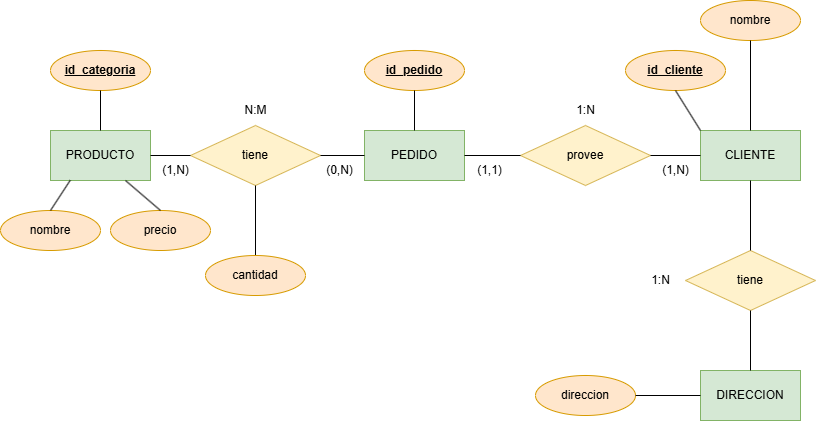
Before: Unidad 4/Images/Normalizacion2.drawio.png, a diagram exported from draw.io (Jaironso/BBDD). Source tidied: cells renumbered, new cells last; positions are measured from the earlier drawing's top-left corner, leaving out a move shared by most shapes.
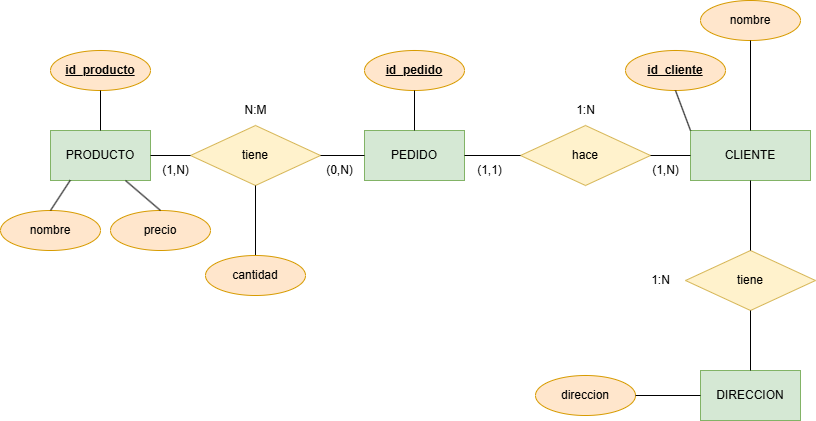
After the commit.

What changed in the source:
```diff
@@ -6,7 +6,7 @@
       <mxGeometry x="364" y="130" width="100" height="50" as="geometry" />
     </mxCell>
     <mxCell id="3" value="CLIENTE" style="html=1;dashed=0;whiteSpace=wrap;fillColor=#d5e8d4;strokeColor=#82b366;" parent="1" vertex="1">
-      <mxGeometry x="700" y="130" width="100" height="50" as="geometry" />
+      <mxGeometry x="690" y="130" width="120" height="50" as="geometry" />
     </mxCell>
     <mxCell id="4" value="PRODUCTO" style="html=1;dashed=0;whiteSpace=wrap;fillColor=#d5e8d4;strokeColor=#82b366;" parent="1" vertex="1">
       <mxGeometry x="50" y="130" width="100" height="50" as="geometry" />
@@ -14,7 +14,7 @@
     <mxCell id="5" value="tiene" style="shape=rhombus;html=1;dashed=0;whiteSpace=wrap;perimeter=rhombusPerimeter;fillColor=#fff2cc;strokeColor=#d6b656;" parent="1" vertex="1">
       <mxGeometry x="190" y="125" width="130" height="60" as="geometry" />
     </mxCell>
-    <mxCell id="6" value="provee" style="shape=rhombus;html=1;dashed=0;whiteSpace=wrap;perimeter=rhombusPerimeter;fillColor=#fff2cc;strokeColor=#d6b656;" parent="1" vertex="1">
+    <mxCell id="6" value="hace" style="shape=rhombus;html=1;dashed=0;whiteSpace=wrap;perimeter=rhombusPerimeter;fillColor=#fff2cc;strokeColor=#d6b656;" parent="1" vertex="1">
       <mxGeometry x="520" y="125" width="130" height="60" as="geometry" />
     </mxCell>
     <mxCell id="7" style="endArrow=none;html=1;rounded=0;exitX=1;exitY=0.5;exitDx=0;exitDy=0;entryX=0;entryY=0.5;entryDx=0;entryDy=0;" parent="1" edge="1" source="4" target="5">
@@ -33,7 +33,7 @@
       <mxGeometry relative="1" as="geometry" />
     </mxCell>
     <mxCell id="12" value="(1,N)" style="text;html=1;align=center;verticalAlign=middle;strokeColor=none;fillColor=none;" parent="1" vertex="1">
-      <mxGeometry x="650" y="155" width="50" height="30" as="geometry" />
+      <mxGeometry x="640" y="155" width="50" height="30" as="geometry" />
     </mxCell>
     <mxCell id="13" value="1:N" style="text;html=1;align=center;verticalAlign=middle;strokeColor=none;fillColor=none;" parent="1" vertex="1">
       <mxGeometry x="565" y="95" width="40" height="30" as="geometry" />
@@ -44,7 +44,7 @@
     <mxCell id="15" value="&lt;u&gt;&lt;b&gt;id_cliente&lt;/b&gt;&lt;/u&gt;" style="ellipse;whiteSpace=wrap;html=1;align=center;fillColor=#ffe6cc;strokeColor=#d79b00;" parent="1" vertex="1">
       <mxGeometry x="625" y="50" width="100" height="40" as="geometry" />
     </mxCell>
-    <mxCell id="16" value="&lt;u&gt;&lt;b&gt;id_categoria&lt;/b&gt;&lt;/u&gt;" style="ellipse;whiteSpace=wrap;html=1;align=center;fillColor=#ffe6cc;strokeColor=#d79b00;" parent="1" vertex="1">
+    <mxCell id="16" value="&lt;b&gt;&lt;u&gt;id_producto&lt;/u&gt;&lt;/b&gt;" style="ellipse;whiteSpace=wrap;html=1;align=center;fillColor=#ffe6cc;strokeColor=#d79b00;" parent="1" vertex="1">
       <mxGeometry x="50" y="50" width="100" height="40" as="geometry" />
     </mxCell>
     <mxCell id="17" value="nom&lt;span style=&quot;color: rgba(0, 0, 0, 0); font-family: monospace; font-size: 0px; text-align: start; text-wrap-mode: nowrap;&quot;&gt;%3CmxGraphModel%3E%3Croot%3E%3CmxCell%20id%3D%220%22%2F%3E%3CmxCell%20id%3D%221%22%20parent%3D%220%22%2F%3E%3CmxCell%20id%3D%222%22%20value%3D%22precio%22%20style%3D%22ellipse%3BwhiteSpace%3Dwrap%3Bhtml%3D1%3Balign%3Dcenter%3BfillColor%3D%23ffe6cc%3BstrokeColor%3D%23d79b00%3B%22%20vertex%3D%221%22%20parent%3D%221%22%3E%3CmxGeometry%20x%3D%22300%22%20y%3D%22650%22%20width%3D%22100%22%20height%3D%2240%22%20as%3D%22geometry%22%2F%3E%3C%2FmxCell%3E%3C%2Froot%3E%3C%2FmxGraphModel%3E&lt;/span&gt;&lt;span style=&quot;color: rgba(0, 0, 0, 0); font-family: monospace; font-size: 0px; text-align: start; text-wrap-mode: nowrap;&quot;&gt;%3CmxGraphModel%3E%3Croot%3E%3CmxCell%20id%3D%220%22%2F%3E%3CmxCell%20id%3D%221%22%20parent%3D%220%22%2F%3E%3CmxCell%20id%3D%222%22%20value%3D%22precio%22%20style%3D%22ellipse%3BwhiteSpace%3Dwrap%3Bhtml%3D1%3Balign%3Dcenter%3BfillColor%3D%23ffe6cc%3BstrokeColor%3D%23d79b00%3B%22%20vertex%3D%221%22%20parent%3D%221%22%3E%3CmxGeometry%20x%3D%22300%22%20y%3D%22650%22%20width%3D%22100%22%20height%3D%2240%22%20as%3D%22geometry%22%2F%3E%3C%2FmxCell%3E%3C%2Froot%3E%3C%2FmxGraphModel%3E&lt;/span&gt;bre" style="ellipse;whiteSpace=wrap;html=1;align=center;fillColor=#ffe6cc;strokeColor=#d79b00;" parent="1" vertex="1">
```
